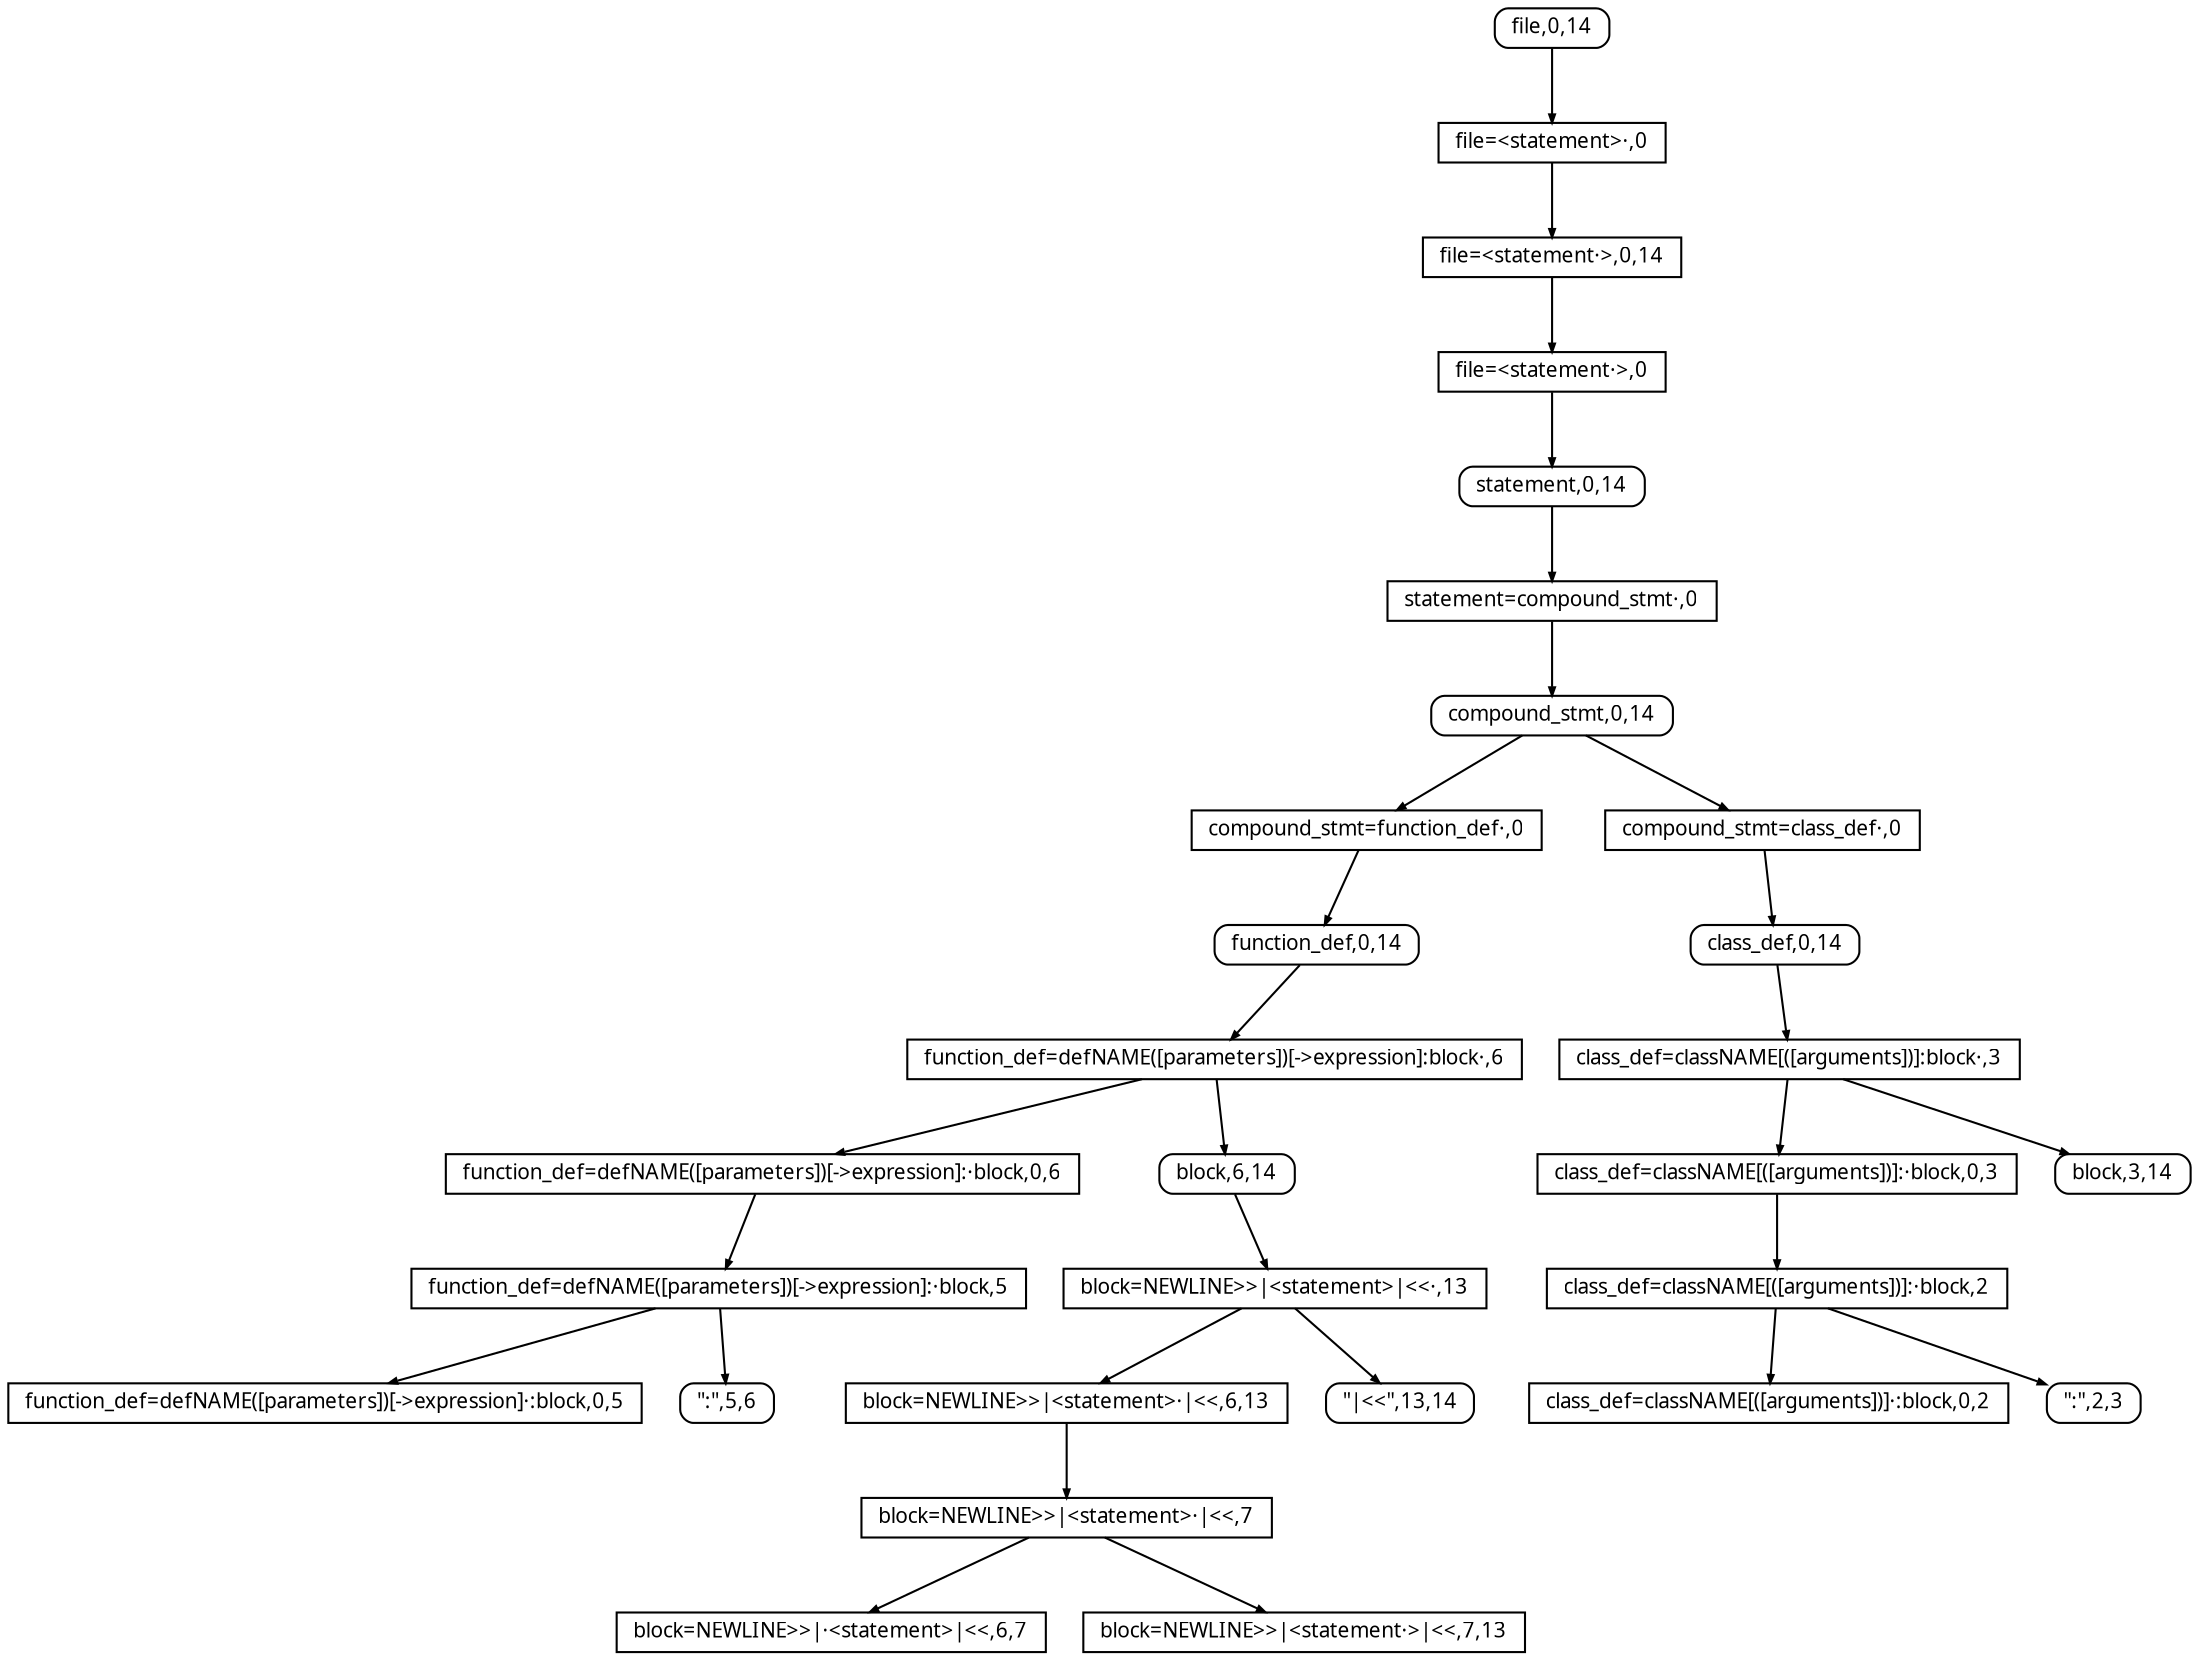
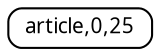
digraph SPPF {
  fontname = Menlo
  fontsize = 10
  node [fontname = Menlo, fontsize = 10]
  edge [arrowsize = 0.4]
  rankdir = "TB"
  ordering = out
-   n0 [shape = box, style = rounded, width=0.0, height=0.0, label = <file,0,14>]
-   n1 [shape = rectangle, width=0.0, height=0.0, label = "file=&lt;statement&gt;·,0"]
-   n2 [shape = rectangle, width=0.0, height=0.0, label = <file=&lt;statement·&gt;,0,14>]
-   n3 [shape = rectangle, width=0.0, height=0.0, label = "file=&lt;statement·&gt;,0"]
-   n4 [shape = box, style = rounded, width=0.0, height=0.0, label = <statement,0,14>]
-   n5 [shape = rectangle, width=0.0, height=0.0, label = "statement=compound_stmt·,0"]
-   n6 [shape = box, style = rounded, width=0.0, height=0.0, label = <compound_stmt,0,14>]
-   n7 [shape = rectangle, width=0.0, height=0.0, label = "compound_stmt=function_def·,0"]
-   n8 [shape = rectangle, width=0.0, height=0.0, label = "compound_stmt=class_def·,0"]
-   n9 [shape = box, style = rounded, width=0.0, height=0.0, label = <function_def,0,14>]
-   n10 [shape = box, style = rounded, width=0.0, height=0.0, label = <class_def,0,14>]
-   n11 [shape = rectangle, width=0.0, height=0.0, label = "function_def=defNAME([parameters])[-&gt;expression]:block·,6"]
-   n12 [shape = rectangle, width=0.0, height=0.0, label = "class_def=classNAME[([arguments])]:block·,3"]
-   n13 [shape = box, style = rounded, width=0.0, height=0.0, label = <block,6,14>]
-   n14 [shape = rectangle, width=0.0, height=0.0, label = <function_def=defNAME([parameters])[-&gt;expression]:·block,0,6>]
-   n15 [shape = box, style = rounded, width=0.0, height=0.0, label = <block,3,14>]
-   n16 [shape = rectangle, width=0.0, height=0.0, label = <class_def=classNAME[([arguments])]:·block,0,3>]
-   n17 [shape = rectangle, width=0.0, height=0.0, label = "block=NEWLINE&gt;&gt;|&lt;statement&gt;|&lt;&lt;·,13"]
-   n18 [shape = rectangle, width=0.0, height=0.0, label = "function_def=defNAME([parameters])[-&gt;expression]:·block,5"]
-   n19 [shape = rectangle, width=0.0, height=0.0, label = "class_def=classNAME[([arguments])]:·block,2"]
-   n20 [shape = box, style = rounded, width=0.0, height=0.0, label = <"|&lt;&lt;",13,14>]
-   n21 [shape = rectangle, width=0.0, height=0.0, label = <block=NEWLINE&gt;&gt;|&lt;statement&gt;·|&lt;&lt;,6,13>]
-   n22 [shape = box, style = rounded, width=0.0, height=0.0, label = <":",5,6>]
-   n23 [shape = rectangle, width=0.0, height=0.0, label = <function_def=defNAME([parameters])[-&gt;expression]·:block,0,5>]
-   n24 [shape = box, style = rounded, width=0.0, height=0.0, label = <":",2,3>]
-   n25 [shape = rectangle, width=0.0, height=0.0, label = <class_def=classNAME[([arguments])]·:block,0,2>]
-   n26 [shape = rectangle, width=0.0, height=0.0, label = "block=NEWLINE&gt;&gt;|&lt;statement&gt;·|&lt;&lt;,7"]
-   n27 [shape = rectangle, width=0.0, height=0.0, label = <block=NEWLINE&gt;&gt;|&lt;statement·&gt;|&lt;&lt;,7,13>]
-   n28 [shape = rectangle, width=0.0, height=0.0, label = <block=NEWLINE&gt;&gt;|·&lt;statement&gt;|&lt;&lt;,6,7>]
-   n0 -> n1
-   n1 -> n2
-   n2 -> n3
-   n3 -> n4
-   n4 -> n5
-   n5 -> n6
-   n6 -> n7
-   n6 -> n8
-   n7 -> n9
-   n8 -> n10
-   n9 -> n11
-   n10 -> n12
-   n11 -> n14
-   n11 -> n13
-   n12 -> n16
-   n12 -> n15
-   n13 -> n17
-   n14 -> n18
-   n16 -> n19
-   n17 -> n21
-   n17 -> n20
-   n18 -> n23
-   n18 -> n22
-   n19 -> n25
-   n19 -> n24
-   n21 -> n26
-   n26 -> n28
-   n26 -> n27
+   n0 [shape = box, style = rounded, width=0.0, height=0.0, label = <article,0,25>]
}
